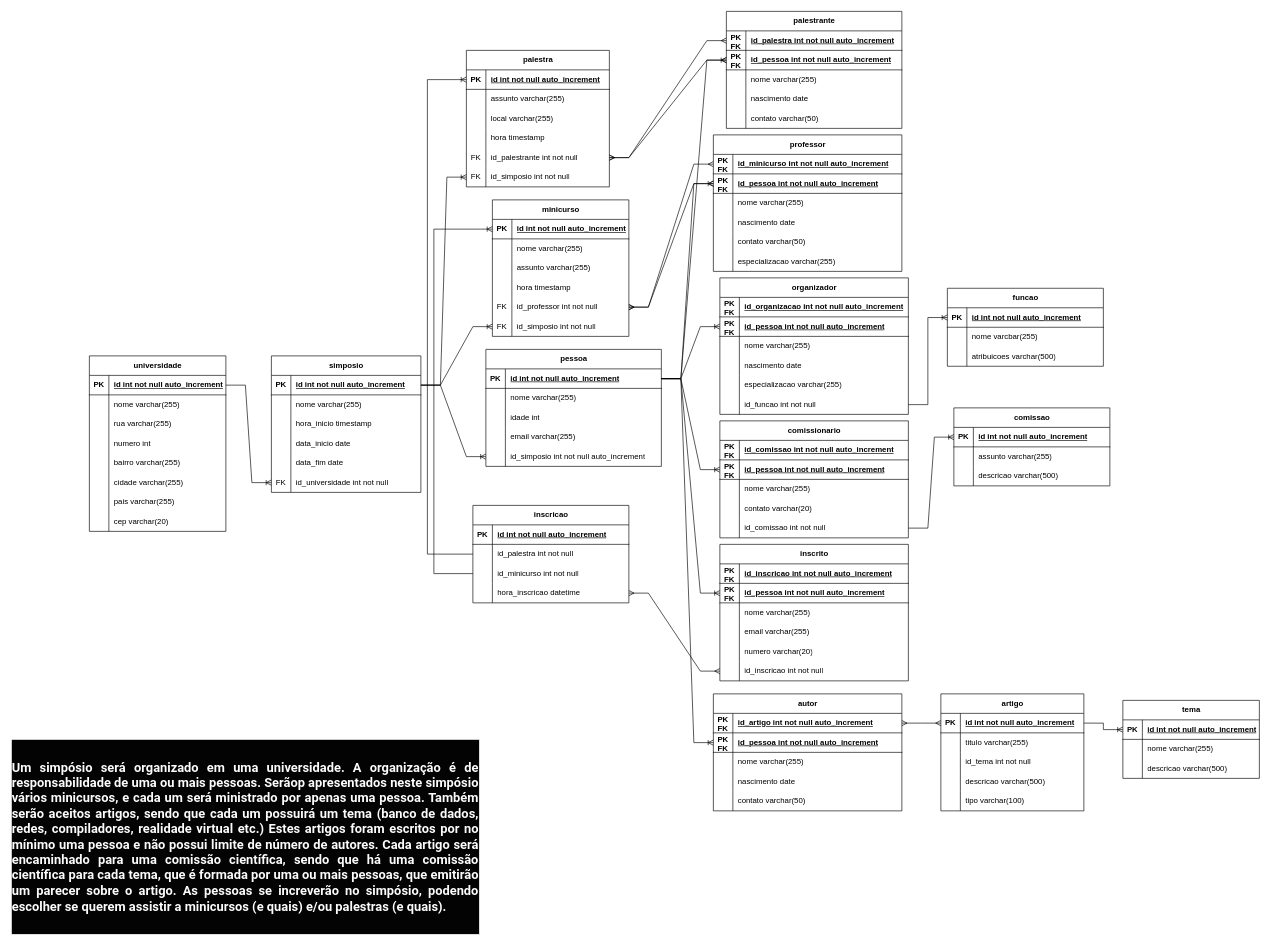
Earlier version of the draw.io diagram Diagramas/Atividades/simposio.drawio (samueldelorenzi/BancoDeDadosI). Source tidied: cells renumbered, new cells numbered last; positions are measured from the earlier drawing's top-left corner, leaving out a move shared by most shapes. Both pictures are drawn from the tidied source at 65%, with x=0, y=0 at pixel (11, 11).
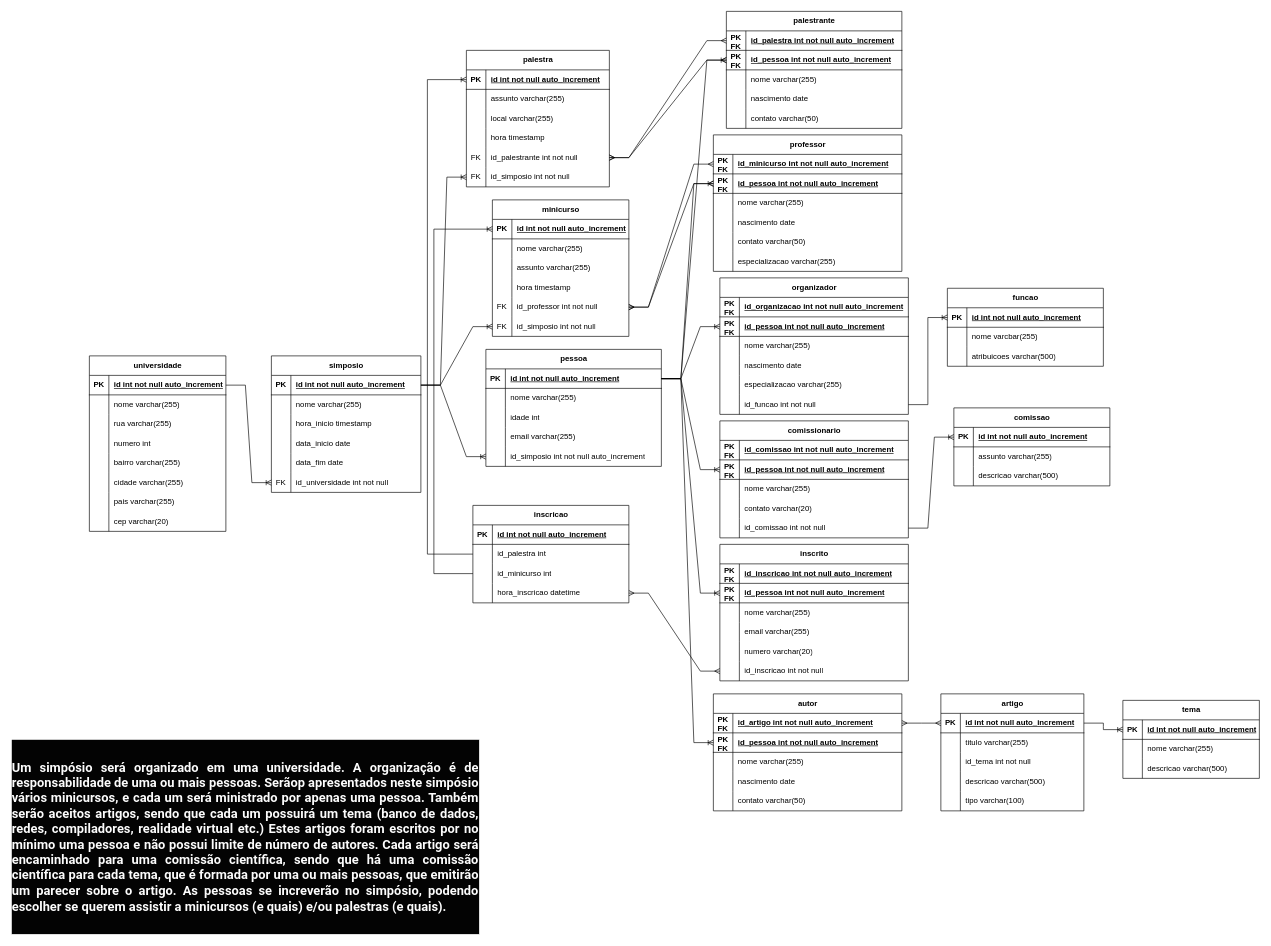
The same diagram, later.

Unchanged cells that the change refers to:
```xml
<mxCell id="99" style="shape=tableRow;horizontal=0;startSize=0;swimlaneHead=0;swimlaneBody=0;fillColor=none;points=[[0,0.5],[1,0.5]];portConstraint=eastwest;top=0;left=0;right=0;bottom=0;" parent="95" vertex="1">
  <mxGeometry y="60" width="240" height="30" as="geometry" />
</mxCell>
<mxCell id="102" style="shape=tableRow;horizontal=0;startSize=0;swimlaneHead=0;swimlaneBody=0;fillColor=none;points=[[0,0.5],[1,0.5]];portConstraint=eastwest;top=0;left=0;right=0;bottom=0;" parent="95" vertex="1">
  <mxGeometry y="90" width="240" height="30" as="geometry" />
</mxCell>
```

What changed in the source:
```diff
@@
-    <mxCell id="101" value="id_palestra int not null" style="shape=partialRectangle;fillColor=none;top=0;left=0;bottom=0;right=0;align=left;spacingLeft=6;overflow=hidden;whiteSpace=wrap;html=1;" parent="99" vertex="1">
+    <mxCell id="101" value="id_palestra int" style="shape=partialRectangle;fillColor=none;top=0;left=0;bottom=0;right=0;align=left;spacingLeft=6;overflow=hidden;whiteSpace=wrap;html=1;" parent="99" vertex="1">
       <mxGeometry x="30" width="210" height="30" as="geometry" />
     </mxCell>
@@
-    <mxCell id="104" value="id_minicurso int not null" style="shape=partialRectangle;fillColor=none;top=0;left=0;bottom=0;right=0;align=left;spacingLeft=6;overflow=hidden;whiteSpace=wrap;html=1;" parent="102" vertex="1">
+    <mxCell id="104" value="id_minicurso int" style="shape=partialRectangle;fillColor=none;top=0;left=0;bottom=0;right=0;align=left;spacingLeft=6;overflow=hidden;whiteSpace=wrap;html=1;" parent="102" vertex="1">
       <mxGeometry x="30" width="210" height="30" as="geometry" />
     </mxCell>
```
